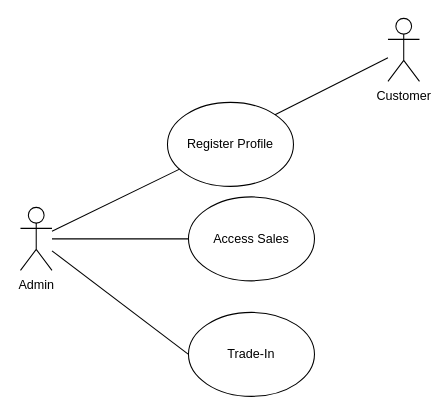
This is Usecase/Admin.drawio from OlaAni/SEAT, a draw.io file, before an edit. Source tidied: cells renumbered, new cells numbered last; positions are measured from the earlier drawing's top-left corner, leaving out a move shared by most shapes. Both pictures are drawn from the tidied source at 105%, with x=0, y=0 at pixel (20, 18).
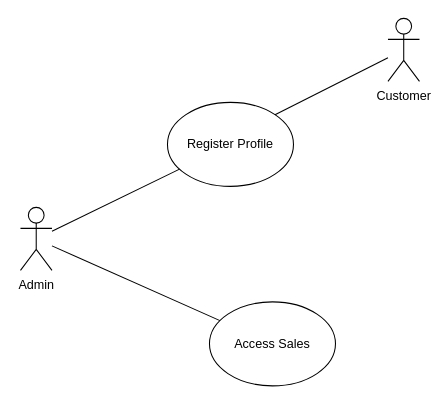
The same page after the edit.

What changed in the source:
```diff
@@
 <mxGraphModel>
   <root>
     <mxCell id="0" />
     <mxCell id="1" parent="0" />
     <mxCell id="2" style="rounded=0;jettySize=auto;html=1;endArrow=none;endFill=0;" parent="1" edge="1" source="5" target="6">
       <mxGeometry relative="1" as="geometry" />
     </mxCell>
-    <mxCell id="3" style="edgeStyle=none;rounded=0;jettySize=auto;html=1;entryX=0;entryY=0.5;entryDx=0;entryDy=0;endArrow=none;endFill=0;" parent="1" edge="1" source="5" target="9">
-      <mxGeometry relative="1" as="geometry" />
-    </mxCell>
-    <mxCell id="4" style="edgeStyle=none;rounded=0;jettySize=auto;html=1;endArrow=none;endFill=0;" parent="1" edge="1" source="5" target="10">
-      <mxGeometry relative="1" as="geometry" />
-    </mxCell>
     <mxCell id="5" value="Admin&lt;br&gt;" style="shape=umlActor;verticalLabelPosition=bottom;verticalAlign=top;html=1;outlineConnect=0;" parent="1" vertex="1">
       <mxGeometry y="180" width="30" height="60" as="geometry" />
     </mxCell>
     <mxCell id="6" value="Register Profile" style="ellipse;whiteSpace=wrap;html=1;" parent="1" vertex="1">
       <mxGeometry x="140" y="80" width="120" height="80" as="geometry" />
     </mxCell>
     <mxCell id="7" style="rounded=0;jettySize=auto;html=1;entryX=1;entryY=0;entryDx=0;entryDy=0;endArrow=none;endFill=0;" parent="1" edge="1" source="8" target="6">
       <mxGeometry relative="1" as="geometry" />
     </mxCell>
     <mxCell id="8" value="Customer&lt;br&gt;" style="shape=umlActor;verticalLabelPosition=bottom;verticalAlign=top;html=1;outlineConnect=0;" parent="1" vertex="1">
       <mxGeometry x="350" width="30" height="60" as="geometry" />
     </mxCell>
-    <mxCell id="9" value="Trade-In" style="ellipse;whiteSpace=wrap;html=1;" parent="1" vertex="1">
-      <mxGeometry x="160" y="280" width="120" height="80" as="geometry" />
-    </mxCell>
+    <mxCell id="11" style="rounded=0;jettySize=auto;html=1;endArrow=none;endFill=0;" parent="1" edge="1" source="10" target="5">
+      <mxGeometry relative="1" as="geometry" />
+    </mxCell>
     <mxCell id="10" value="Access Sales" style="ellipse;whiteSpace=wrap;html=1;" parent="1" vertex="1">
-      <mxGeometry x="160" y="170" width="120" height="80" as="geometry" />
+      <mxGeometry x="180" y="270" width="120" height="80" as="geometry" />
     </mxCell>
   </root>
 </mxGraphModel>
```
